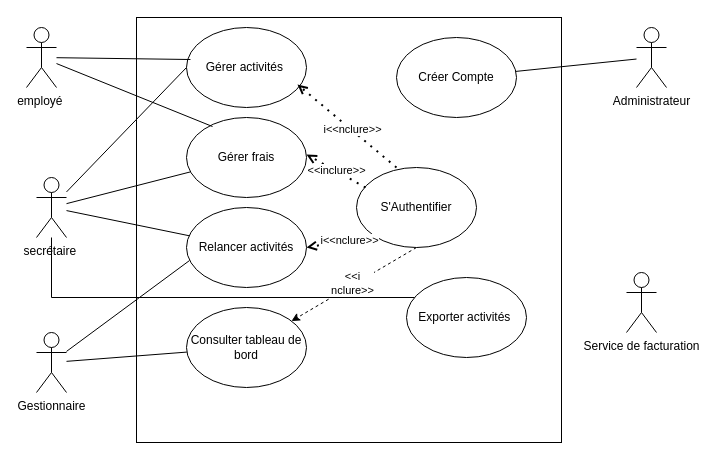
Above: Tp1 Analyse et modélisation.drawio in zeuss32/analyse-et-modelisation-lab1 (draw.io), before the change. Source tidied: cells renumbered, new cells numbered last; positions are measured from the earlier drawing's top-left corner, leaving out a move shared by most shapes. Both pictures are drawn from the tidied source at 100%, with x=0, y=0 at pixel (26, 17).
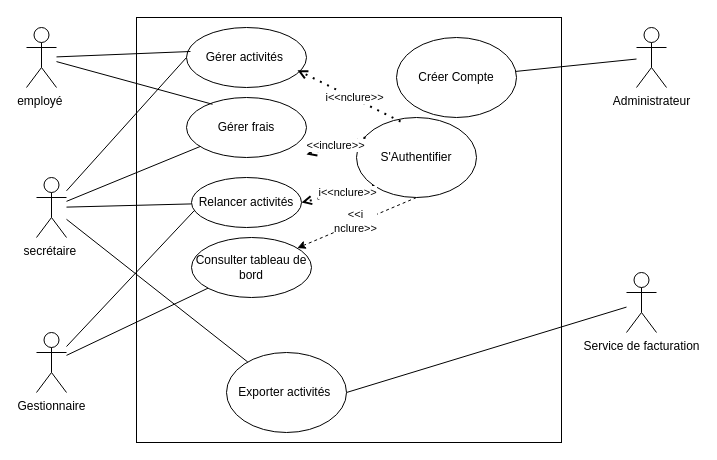
After the change.

Commit message:
Mettre à jour Tp1 Analyse et modélisation.drawio

The change refers to these unchanged cells:
```xml
<mxCell id="3" value="secrétaire&amp;nbsp;" style="shape=umlActor;verticalLabelPosition=bottom;verticalAlign=top;html=1;outlineConnect=0;" parent="1" vertex="1">
  <mxGeometry x="10" y="160" width="30" height="60" as="geometry" />
</mxCell>
<mxCell id="7" value="Service de facturation" style="shape=umlActor;verticalLabelPosition=bottom;verticalAlign=top;html=1;outlineConnect=0;" parent="1" vertex="1">
  <mxGeometry x="600" y="255" width="30" height="60" as="geometry" />
</mxCell>
```

Diff of the diagram source:
```diff
@@
     <mxCell id="8" value="Gérer activités&amp;nbsp;" style="ellipse;whiteSpace=wrap;html=1;" parent="1" vertex="1">
-      <mxGeometry x="160" y="10" width="120" height="80" as="geometry" />
+      <mxGeometry x="160" y="10" width="120" height="60" as="geometry" />
     </mxCell>
     <mxCell id="9" value="Gérer frais" style="ellipse;whiteSpace=wrap;html=1;" parent="1" vertex="1">
-      <mxGeometry x="160" y="100" width="120" height="80" as="geometry" />
+      <mxGeometry x="160" y="80" width="120" height="60" as="geometry" />
     </mxCell>
     <mxCell id="10" value="Relancer activités" style="ellipse;whiteSpace=wrap;html=1;" parent="1" vertex="1">
-      <mxGeometry x="160" y="190" width="120" height="80" as="geometry" />
+      <mxGeometry x="165" y="160" width="110" height="50" as="geometry" />
     </mxCell>
     <mxCell id="11" value="Consulter tableau de bord" style="ellipse;whiteSpace=wrap;html=1;" parent="1" vertex="1">
-      <mxGeometry x="160" y="290" width="120" height="80" as="geometry" />
+      <mxGeometry x="165" y="220" width="120" height="60" as="geometry" />
     </mxCell>
@@
+    <mxCell id="32" style="rounded=0;jettySize=auto;html=1;exitX=1;exitY=0.5;exitDx=0;exitDy=0;endArrow=none;endFill=0;" parent="1" edge="1" source="13" target="7">
+      <mxGeometry relative="1" as="geometry" />
+    </mxCell>
     <mxCell id="13" value="Exporter activités&amp;nbsp;" style="ellipse;whiteSpace=wrap;html=1;" parent="1" vertex="1">
-      <mxGeometry x="380" y="260" width="120" height="80" as="geometry" />
+      <mxGeometry x="200" y="335" width="120" height="80" as="geometry" />
     </mxCell>
@@
     <mxCell id="23" value="S'Authentifier" style="ellipse;whiteSpace=wrap;html=1;" parent="1" vertex="1">
-      <mxGeometry x="330" y="150" width="120" height="80" as="geometry" />
+      <mxGeometry x="330" y="100" width="120" height="80" as="geometry" />
     </mxCell>
@@
-    <mxCell id="25" style="edgeStyle=orthogonalEdgeStyle;rounded=0;jettySize=auto;html=1;endArrow=none;endFill=0;" parent="1" edge="1" source="3" target="13">
-      <mxGeometry relative="1" as="geometry">
-        <Array as="points">
-          <mxPoint x="25" y="280" />
-        </Array>
-      </mxGeometry>
+    <mxCell id="25" style="rounded=0;jettySize=auto;html=1;endArrow=none;endFill=0;" parent="1" edge="1" source="3" target="13">
+      <mxGeometry relative="1" as="geometry" />
     </mxCell>
-    <mxCell id="26" style="endArrow=open;dashed=1;html=1;dashPattern=1 3;strokeWidth=2;rounded=0;exitX=0.925;exitY=0.713;exitDx=0;exitDy=0;exitPerimeter=0;endFill=0;entryX=0.925;entryY=0.713;entryDx=0;entryDy=0;entryPerimeter=0;" parent="1" edge="1" target="8">
-      <mxGeometry relative="1" as="geometry">
-        <mxPoint x="370" y="150" as="sourcePoint" />
-      </mxGeometry>
+    <mxCell id="26" style="endArrow=open;dashed=1;html=1;dashPattern=1 3;strokeWidth=2;rounded=0;exitX=0.367;exitY=0.05;exitDx=0;exitDy=0;exitPerimeter=0;endFill=0;entryX=0.925;entryY=0.713;entryDx=0;entryDy=0;entryPerimeter=0;" parent="1" edge="1" source="23" target="8">
+      <mxGeometry relative="1" as="geometry" />
     </mxCell>
```
